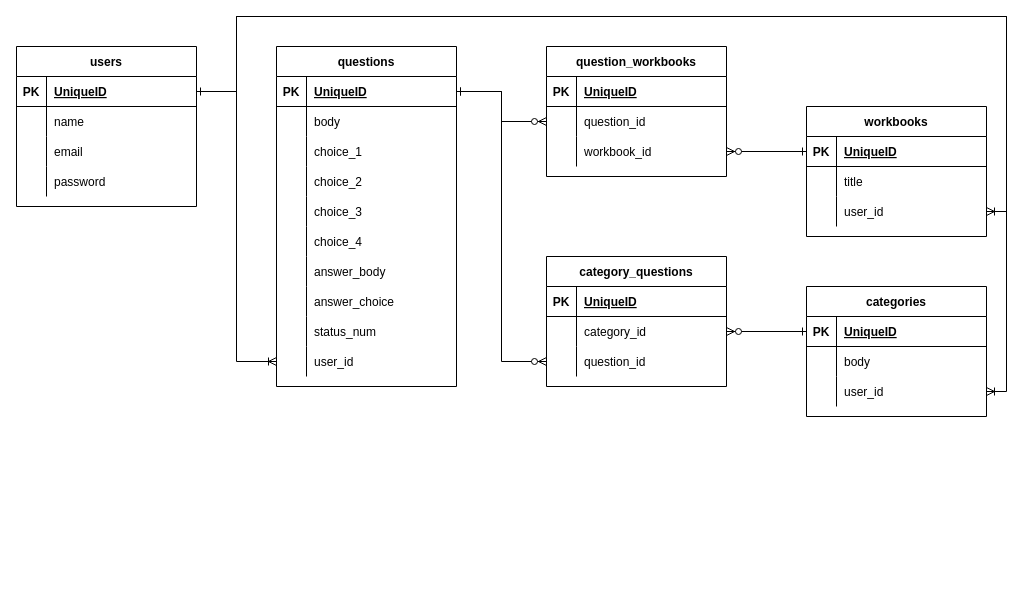
The draw.io diagram page "ER図" (1 of 2) of backend/databasemap.dio in RealXiaoLin/php-project01, before the edit. Source tidied: cells renumbered, new cells numbered last; positions are measured from the earlier drawing's top-left corner, leaving out a move shared by most shapes. Both pictures are drawn from the tidied source at 100%, with x=0, y=0 at pixel (16, 16).
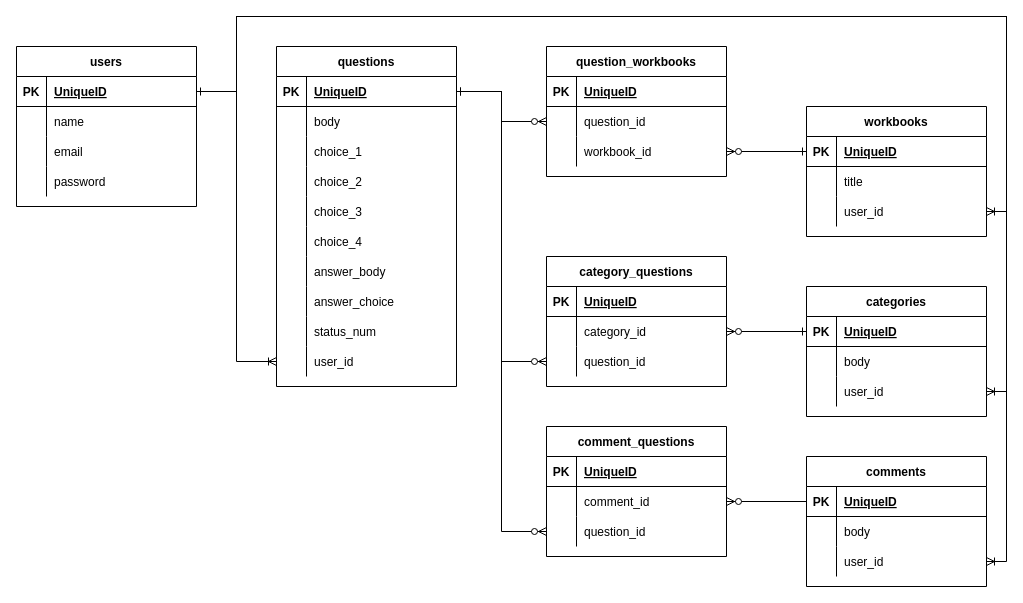
The same diagram, later.

Commit message (it also covers changes not shown here):
Create Comments table

The change refers to these unchanged cells:
```xml
<mxCell id="3" style="shape=partialRectangle;fillColor=none;top=0;left=0;bottom=1;right=0;points=[[0,0.5],[1,0.5]];portConstraint=eastwest;" parent="2" vertex="1">
  <mxGeometry y="30" width="180" height="30" as="geometry" />
</mxCell>
<mxCell id="79" style="shape=partialRectangle;fillColor=none;top=0;left=0;bottom=1;right=0;points=[[0,0.5],[1,0.5]];portConstraint=eastwest;" parent="78" vertex="1">
  <mxGeometry y="30" width="180" height="30" as="geometry" />
</mxCell>
```

Change to the diagram source:
```diff
@@
+    <mxCell id="93" value="comment_questions" style="shape=table;startSize=30;childLayout=tableLayout;rowLines=0;fontStyle=1;align=center;" parent="1" vertex="1">
+      <mxGeometry x="530" y="410" width="180" height="130" as="geometry" />
+    </mxCell>
+    <mxCell id="94" style="shape=partialRectangle;fillColor=none;top=0;left=0;bottom=1;right=0;" parent="93" vertex="1">
+      <mxGeometry y="30" width="180" height="30" as="geometry" />
+    </mxCell>
+    <mxCell id="95" value="PK" style="shape=partialRectangle;fillColor=none;top=0;left=0;bottom=0;right=0;fontStyle=1;overflow=hidden;" parent="94" vertex="1">
+      <mxGeometry width="30" height="30" as="geometry" />
+    </mxCell>
+    <mxCell id="96" value="UniqueID" style="shape=partialRectangle;fillColor=none;top=0;left=0;bottom=0;right=0;align=left;spacingLeft=6;fontStyle=5;overflow=hidden;" parent="94" vertex="1">
+      <mxGeometry x="30" width="150" height="30" as="geometry" />
+    </mxCell>
+    <mxCell id="97" style="shape=partialRectangle;fillColor=none;top=0;left=0;bottom=0;right=0;points=[[0,0.5],[1,0.5]];portConstraint=eastwest;" parent="93" vertex="1">
+      <mxGeometry y="60" width="180" height="30" as="geometry" />
+    </mxCell>
+    <mxCell id="98" style="shape=partialRectangle;fillColor=none;top=0;left=0;bottom=0;right=0;overflow=hidden;" parent="97" vertex="1">
+      <mxGeometry width="30" height="30" as="geometry" />
+    </mxCell>
+    <mxCell id="99" value="comment_id" style="shape=partialRectangle;fillColor=none;top=0;left=0;bottom=0;right=0;align=left;spacingLeft=6;overflow=hidden;" parent="97" vertex="1">
+      <mxGeometry x="30" width="150" height="30" as="geometry" />
+    </mxCell>
+    <mxCell id="100" style="shape=partialRectangle;fillColor=none;top=0;left=0;bottom=0;right=0;points=[[0,0.5],[1,0.5]];portConstraint=eastwest;" parent="93" vertex="1">
+      <mxGeometry y="90" width="180" height="30" as="geometry" />
+    </mxCell>
+    <mxCell id="101" style="shape=partialRectangle;fillColor=none;top=0;left=0;bottom=0;right=0;overflow=hidden;" parent="100" vertex="1">
+      <mxGeometry width="30" height="30" as="geometry" />
+    </mxCell>
+    <mxCell id="102" value="question_id" style="shape=partialRectangle;fillColor=none;top=0;left=0;bottom=0;right=0;align=left;spacingLeft=6;overflow=hidden;" parent="100" vertex="1">
+      <mxGeometry x="30" width="150" height="30" as="geometry" />
+    </mxCell>
+    <mxCell id="103" value="comments" style="shape=table;startSize=30;childLayout=tableLayout;rowLines=0;fontStyle=1;align=center;" parent="1" vertex="1">
+      <mxGeometry x="790" y="440" width="180" height="130" as="geometry" />
+    </mxCell>
+    <mxCell id="104" style="shape=partialRectangle;fillColor=none;top=0;left=0;bottom=1;right=0;points=[[0,0.5],[1,0.5]];portConstraint=eastwest;" parent="103" vertex="1">
+      <mxGeometry y="30" width="180" height="30" as="geometry" />
+    </mxCell>
+    <mxCell id="105" value="PK" style="shape=partialRectangle;fillColor=none;top=0;left=0;bottom=0;right=0;fontStyle=1;overflow=hidden;" parent="104" vertex="1">
+      <mxGeometry width="30" height="30" as="geometry" />
+    </mxCell>
+    <mxCell id="106" value="UniqueID" style="shape=partialRectangle;fillColor=none;top=0;left=0;bottom=0;right=0;align=left;spacingLeft=6;fontStyle=5;overflow=hidden;" parent="104" vertex="1">
+      <mxGeometry x="30" width="150" height="30" as="geometry" />
+    </mxCell>
+    <mxCell id="107" style="shape=partialRectangle;fillColor=none;top=0;left=0;bottom=0;right=0;" parent="103" vertex="1">
+      <mxGeometry y="60" width="180" height="30" as="geometry" />
+    </mxCell>
+    <mxCell id="108" style="shape=partialRectangle;fillColor=none;top=0;left=0;bottom=0;right=0;overflow=hidden;" parent="107" vertex="1">
+      <mxGeometry width="30" height="30" as="geometry" />
+    </mxCell>
+    <mxCell id="109" value="body" style="shape=partialRectangle;fillColor=none;top=0;left=0;bottom=0;right=0;align=left;spacingLeft=6;overflow=hidden;" parent="107" vertex="1">
+      <mxGeometry x="30" width="150" height="30" as="geometry" />
+    </mxCell>
+    <mxCell id="110" style="shape=partialRectangle;fillColor=none;top=0;left=0;bottom=0;right=0;points=[[0,0.5],[1,0.5]];portConstraint=eastwest;" parent="103" vertex="1">
+      <mxGeometry y="90" width="180" height="30" as="geometry" />
+    </mxCell>
+    <mxCell id="111" style="shape=partialRectangle;fillColor=none;top=0;left=0;bottom=0;right=0;overflow=hidden;" parent="110" vertex="1">
+      <mxGeometry width="30" height="30" as="geometry" />
+    </mxCell>
+    <mxCell id="112" value="user_id" style="shape=partialRectangle;fillColor=none;top=0;left=0;bottom=0;right=0;align=left;spacingLeft=6;overflow=hidden;" parent="110" vertex="1">
+      <mxGeometry x="30" width="150" height="30" as="geometry" />
+    </mxCell>
+    <mxCell id="113" style="edgeStyle=orthogonalEdgeStyle;rounded=0;jettySize=auto;html=1;entryX=0;entryY=0.5;entryDx=0;entryDy=0;endArrow=ERzeroToMany;endFill=1;" parent="1" edge="1" source="3" target="100">
+      <mxGeometry relative="1" as="geometry" />
+    </mxCell>
+    <mxCell id="114" style="edgeStyle=orthogonalEdgeStyle;rounded=0;jettySize=auto;html=1;entryX=1;entryY=0.5;entryDx=0;entryDy=0;endArrow=ERoneToMany;endFill=0;" parent="1" edge="1" source="79" target="110">
+      <mxGeometry relative="1" as="geometry">
+        <Array as="points">
+          <mxPoint x="220" y="75" />
+          <mxPoint x="220" />
+          <mxPoint x="990" />
+          <mxPoint x="990" y="545" />
+        </Array>
+      </mxGeometry>
+    </mxCell>
+    <mxCell id="115" style="edgeStyle=orthogonalEdgeStyle;rounded=0;jettySize=auto;html=1;exitX=0;exitY=0.5;exitDx=0;exitDy=0;entryX=1;entryY=0.5;entryDx=0;entryDy=0;endArrow=ERzeroToMany;endFill=1;" parent="1" edge="1" source="104" target="97">
+      <mxGeometry relative="1" as="geometry" />
+    </mxCell>
```
